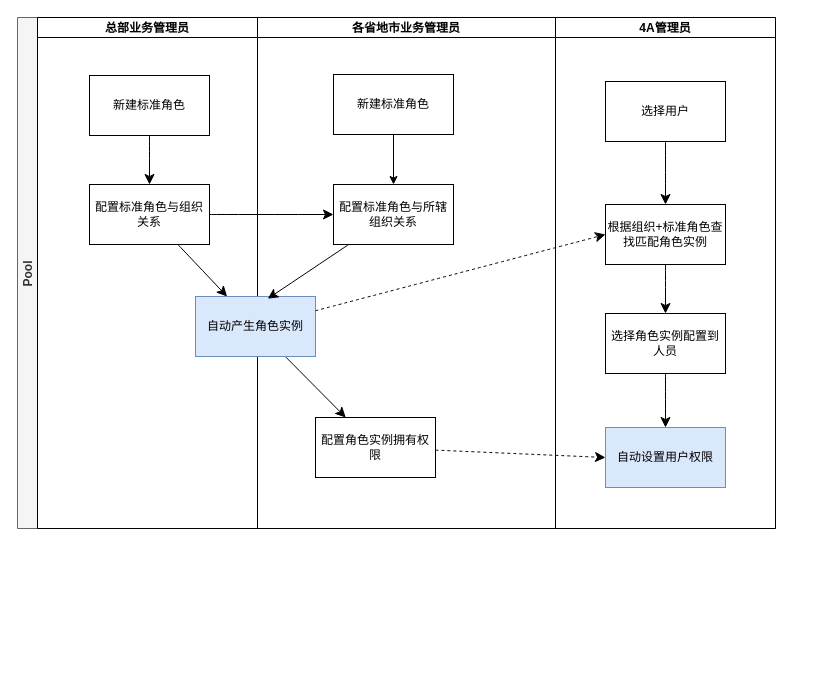
The draw.io diagram page "标准角色新增流程" (3 of 5) of 铁塔4A2025.drawio in 158698706/tt4a, before the edit. Source tidied: cells renumbered, new cells numbered last; positions are measured from the earlier drawing's top-left corner, leaving out a move shared by most shapes. Both pictures are drawn from the tidied source at 100%, with x=0, y=0 at pixel (17, 17).
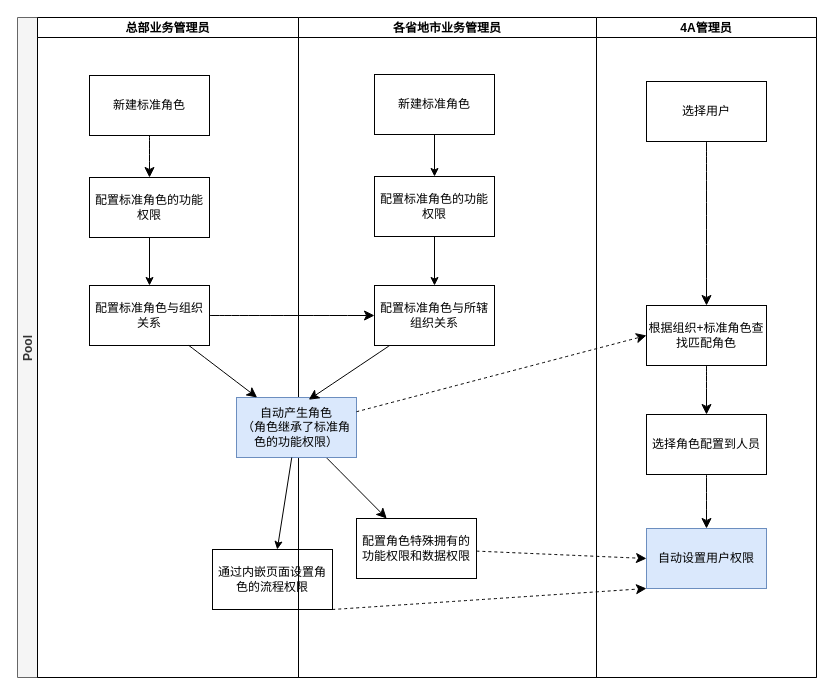
After the change.

Unchanged cells that the change refers to:
```xml
<mxCell id="4" value="新建标准角色" style="rounded=0;whiteSpace=wrap;html=1;" parent="3" vertex="1">
  <mxGeometry x="52" y="58" width="120" height="60" as="geometry" />
</mxCell>
<mxCell id="14" value="新建标准角色" style="rounded=0;whiteSpace=wrap;html=1;" parent="7" vertex="1">
  <mxGeometry x="76" y="57" width="120" height="60" as="geometry" />
</mxCell>
```

Change to the diagram source:
```diff
@@
     <mxCell id="2" value="Pool" style="swimlane;startSize=20;horizontal=0;fillColor=#f5f5f5;fontColor=#333333;strokeColor=#666666;" parent="1" vertex="1">
-      <mxGeometry width="758" height="511" as="geometry" />
+      <mxGeometry width="799" height="660" as="geometry" />
     </mxCell>
     <mxCell id="3" value="总部业务管理员" style="swimlane;startSize=20;" parent="2" vertex="1">
-      <mxGeometry x="20" width="220" height="511" as="geometry" />
+      <mxGeometry x="20" width="261" height="660" as="geometry" />
     </mxCell>
@@
     <mxCell id="5" value="配置标准角色与组织关系" style="rounded=0;whiteSpace=wrap;html=1;" parent="3" vertex="1">
-      <mxGeometry x="52" y="167" width="120" height="60" as="geometry" />
+      <mxGeometry x="52" y="268" width="120" height="60" as="geometry" />
     </mxCell>
-    <mxCell id="6" style="edgeStyle=none;curved=1;rounded=0;jettySize=auto;html=1;fontSize=12;startSize=8;endSize=8;" parent="3" edge="1" source="4" target="5">
+    <mxCell id="6" style="edgeStyle=none;curved=1;rounded=0;jettySize=auto;html=1;fontSize=12;startSize=8;endSize=8;" parent="3" edge="1" source="4" target="28">
       <mxGeometry relative="1" as="geometry" />
     </mxCell>
+    <mxCell id="27" style="edgeStyle=orthogonalEdgeStyle;rounded=0;jettySize=auto;html=1;" parent="3" edge="1" source="28" target="5">
+      <mxGeometry relative="1" as="geometry" />
+    </mxCell>
+    <mxCell id="28" value="配置标准角色的功能权限" style="rounded=0;whiteSpace=wrap;html=1;" parent="3" vertex="1">
+      <mxGeometry x="52" y="160" width="120" height="60" as="geometry" />
+    </mxCell>
+    <mxCell id="29" value="通过内嵌页面设置角色的流程权限" style="rounded=0;whiteSpace=wrap;html=1;" parent="3" vertex="1">
+      <mxGeometry x="175" y="532" width="120" height="60" as="geometry" />
+    </mxCell>
     <mxCell id="7" value="各省地市业务管理员" style="swimlane;startSize=20;" parent="2" vertex="1">
-      <mxGeometry x="240" width="298" height="511" as="geometry" />
+      <mxGeometry x="281" width="298" height="660" as="geometry" />
     </mxCell>
     <mxCell id="8" value="&lt;span style=&quot;color: rgb(0, 0, 0);&quot;&gt;配置标准角色与所辖组织关系&lt;/span&gt;" style="rounded=0;whiteSpace=wrap;html=1;" parent="7" vertex="1">
-      <mxGeometry x="76" y="167" width="120" height="60" as="geometry" />
+      <mxGeometry x="76" y="268" width="120" height="60" as="geometry" />
     </mxCell>
@@
-    <mxCell id="10" value="自动产生角色实例" style="rounded=0;whiteSpace=wrap;html=1;fillColor=#dae8fc;strokeColor=#6c8ebf;" parent="7" vertex="1">
-      <mxGeometry x="-62" y="279" width="120" height="60" as="geometry" />
+    <mxCell id="10" value="自动产生角色&lt;div&gt;（角色继承了标准角色的功能权限）&lt;/div&gt;" style="rounded=0;whiteSpace=wrap;html=1;fillColor=#dae8fc;strokeColor=#6c8ebf;" parent="7" vertex="1">
+      <mxGeometry x="-62" y="380" width="120" height="60" as="geometry" />
     </mxCell>
@@
-    <mxCell id="12" value="配置角色实例拥有权限" style="rounded=0;whiteSpace=wrap;html=1;" parent="7" vertex="1">
-      <mxGeometry x="58" y="400" width="120" height="60" as="geometry" />
+    <mxCell id="12" value="配置角色特殊拥有的功能权限和数据权限" style="rounded=0;whiteSpace=wrap;html=1;" parent="7" vertex="1">
+      <mxGeometry x="58" y="501" width="120" height="60" as="geometry" />
     </mxCell>
-    <mxCell id="13" style="edgeStyle=orthogonalEdgeStyle;rounded=0;jettySize=auto;html=1;entryX=0.5;entryY=0;entryDx=0;entryDy=0;" parent="7" edge="1" source="14" target="8">
+    <mxCell id="13" style="edgeStyle=orthogonalEdgeStyle;rounded=0;jettySize=auto;html=1;entryX=0.5;entryY=0;entryDx=0;entryDy=0;" parent="7" edge="1" source="14" target="31">
       <mxGeometry relative="1" as="geometry" />
     </mxCell>
@@
+    <mxCell id="30" style="edgeStyle=orthogonalEdgeStyle;rounded=0;jettySize=auto;html=1;" parent="7" edge="1" source="31" target="8">
+      <mxGeometry relative="1" as="geometry" />
+    </mxCell>
+    <mxCell id="31" value="配置标准角色的功能权限" style="rounded=0;whiteSpace=wrap;html=1;" parent="7" vertex="1">
+      <mxGeometry x="76" y="159" width="120" height="60" as="geometry" />
+    </mxCell>
     <mxCell id="15" value="4A管理员" style="swimlane;startSize=20;" parent="2" vertex="1">
-      <mxGeometry x="538" width="220" height="511" as="geometry" />
+      <mxGeometry x="579" width="220" height="660" as="geometry" />
     </mxCell>
@@
-    <mxCell id="19" value="根据组织+标准角色查找匹配角色实例" style="whiteSpace=wrap;html=1;rounded=0;" parent="15" vertex="1">
-      <mxGeometry x="50" y="187" width="120" height="60" as="geometry" />
+    <mxCell id="19" value="根据组织+标准角色查找匹配角色" style="whiteSpace=wrap;html=1;rounded=0;" parent="15" vertex="1">
+      <mxGeometry x="50" y="288" width="120" height="60" as="geometry" />
     </mxCell>
@@
-    <mxCell id="21" value="选择角色实例配置到人员" style="whiteSpace=wrap;html=1;rounded=0;" parent="15" vertex="1">
-      <mxGeometry x="50" y="296" width="120" height="60" as="geometry" />
+    <mxCell id="21" value="选择角色配置到人员" style="whiteSpace=wrap;html=1;rounded=0;" parent="15" vertex="1">
+      <mxGeometry x="50" y="397" width="120" height="60" as="geometry" />
     </mxCell>
     <mxCell id="22" value="自动设置用户权限" style="whiteSpace=wrap;html=1;rounded=0;fillColor=#dae8fc;strokeColor=#6c8ebf;" parent="15" vertex="1">
-      <mxGeometry x="50" y="410" width="120" height="60" as="geometry" />
+      <mxGeometry x="50" y="511" width="120" height="60" as="geometry" />
     </mxCell>
@@
+    <mxCell id="32" style="rounded=0;jettySize=auto;html=1;" parent="2" edge="1" source="10" target="29">
+      <mxGeometry relative="1" as="geometry" />
+    </mxCell>
+    <mxCell id="33" style="edgeStyle=none;curved=1;rounded=0;jettySize=auto;html=1;fontSize=12;startSize=8;endSize=8;entryX=0;entryY=1;entryDx=0;entryDy=0;dashed=1;exitX=1;exitY=1;exitDx=0;exitDy=0;" parent="2" edge="1" source="29" target="22">
+      <mxGeometry relative="1" as="geometry" />
+    </mxCell>
```
